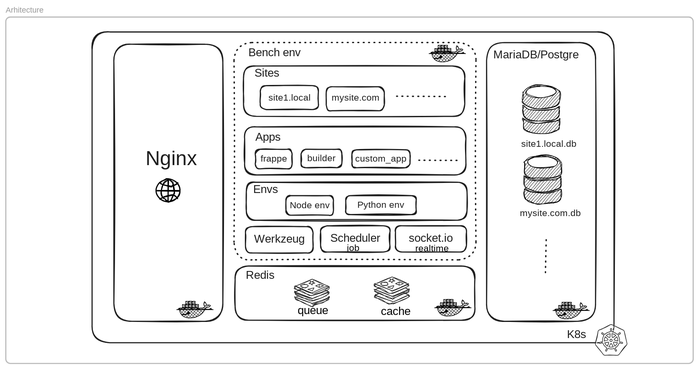
This is diagrams/architecture.excalidraw.svg from aristide/frappe-framework, a Excalidraw export, as it was before one commit. Source tidied: one line per element, renumbered; positions are measured from the earlier drawing's top-left corner, leaving out a move shared by most shapes.
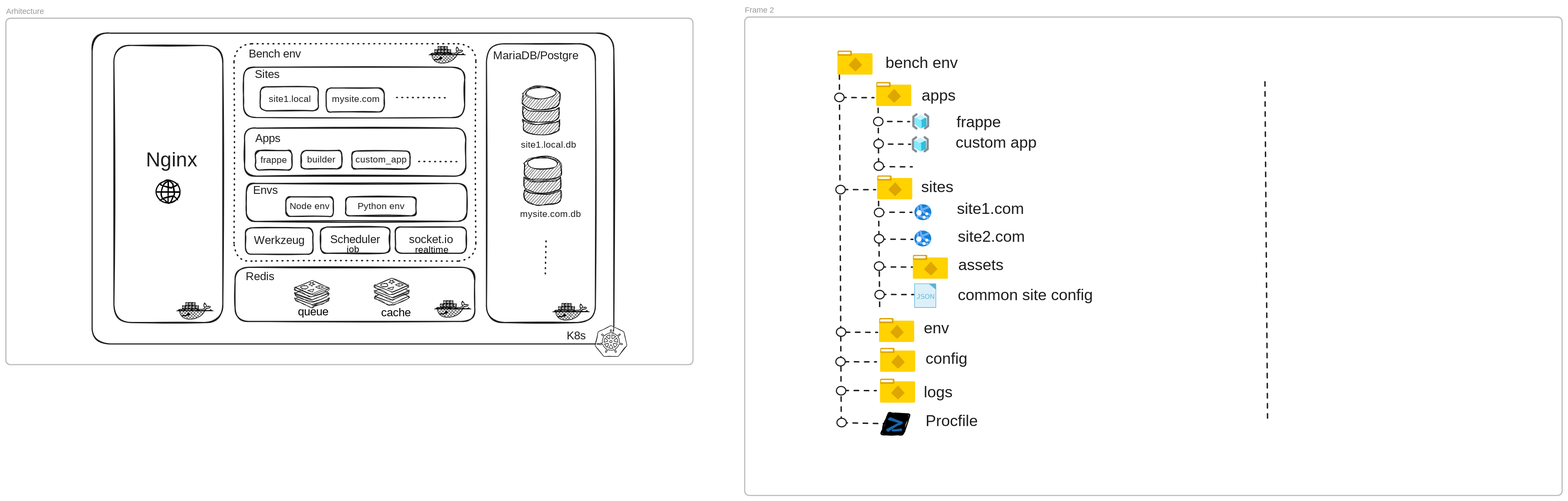
Above is the later version.

Commit message:
add bench dir architecture

Change to the diagram source:
```diff
@@ -135,3 +135,105 @@
 {"id": 134, "type": "line", "strokeColor": "#000000", "strokeWidth": 2, "roughness": 1, "round": true, "x": 269, "y": 311, "width": 41, "height": 0, "points": [[0, 0], [41, 0]]}
 {"id": 135, "type": "line", "strokeColor": "#000000", "strokeWidth": 2, "roughness": 1, "round": true, "x": 291, "y": 292, "width": 11, "height": 40, "points": [[0, 0], [1, 0], [3, 0], [7, 4], [8, 5], [11, 17], [11, 22], [8, 29], [5, 36], [2, 40], [1, 39], [1, 40]]}
 {"id": 136, "type": "line", "strokeColor": "#000000", "strokeWidth": 2, "roughness": 1, "round": true, "x": 290, "y": 293, "width": 12, "height": 37, "points": [[0, 0], [0, -1], [-6, 4], [-11, 11], [-12, 21], [-11, 28], [-9, 31], [-8, 31], [-5, 33], [-3, 36], [-2, 36]]}
+{"id": 137, "type": "text", "text": "bench env", "strokeColor": "#1e1e1e", "strokeWidth": 2, "roughness": 1, "fontSize": 28, "fontFamily": 1, "x": 1574, "y": 64, "width": 128, "height": 35}
+{"id": 138, "type": "text", "text": "apps", "strokeColor": "#1e1e1e", "strokeWidth": 2, "roughness": 1, "fontSize": 28, "fontFamily": 1, "x": 1639, "y": 123, "width": 61, "height": 35}
+{"id": 139, "type": "text", "text": "frappe", "strokeColor": "#1e1e1e", "strokeWidth": 2, "roughness": 1, "fontSize": 28, "fontFamily": 1, "x": 1702, "y": 170, "width": 87, "height": 35}
+{"id": 140, "type": "text", "text": "site1.com", "strokeColor": "#1e1e1e", "strokeWidth": 2, "roughness": 1, "fontSize": 28, "fontFamily": 1, "x": 1702, "y": 325, "width": 115, "height": 35}
+{"id": 141, "type": "text", "text": "site2.com", "strokeColor": "#1e1e1e", "strokeWidth": 2, "roughness": 1, "fontSize": 28, "fontFamily": 1, "x": 1704, "y": 375, "width": 127, "height": 35}
+{"id": 142, "type": "text", "text": "assets", "strokeColor": "#1e1e1e", "strokeWidth": 2, "roughness": 1, "fontSize": 28, "fontFamily": 1, "x": 1705, "y": 426, "width": 95, "height": 35}
+{"id": 143, "type": "text", "text": "common site config", "strokeColor": "#1e1e1e", "strokeWidth": 2, "roughness": 1, "fontSize": 28, "fontFamily": 1, "x": 1704, "y": 479, "width": 250, "height": 35}
+{"id": 144, "type": "text", "text": "custom app", "strokeColor": "#1e1e1e", "strokeWidth": 2, "roughness": 1, "fontSize": 28, "fontFamily": 1, "x": 1700, "y": 207, "width": 155, "height": 35}
+{"id": 145, "type": "text", "text": "sites", "strokeColor": "#1e1e1e", "strokeWidth": 2, "roughness": 1, "fontSize": 28, "fontFamily": 1, "x": 1639, "y": 286, "width": 68, "height": 35}
+{"id": 146, "type": "text", "text": "env", "strokeColor": "#1e1e1e", "strokeWidth": 2, "roughness": 1, "fontSize": 28, "fontFamily": 1, "x": 1644, "y": 539, "width": 43, "height": 35}
+{"id": 147, "type": "text", "text": "config", "strokeColor": "#1e1e1e", "strokeWidth": 2, "roughness": 1, "fontSize": 28, "fontFamily": 1, "x": 1647, "y": 593, "width": 76, "height": 35}
+{"id": 148, "type": "text", "text": "logs", "strokeColor": "#1e1e1e", "strokeWidth": 2, "roughness": 1, "fontSize": 28, "fontFamily": 1, "x": 1643, "y": 654, "width": 52, "height": 35}
+{"id": 149, "type": "text", "text": "Procfile", "strokeColor": "#1e1e1e", "strokeWidth": 2, "roughness": 1, "fontSize": 28, "fontFamily": 1, "x": 1646, "y": 705, "width": 103, "height": 35}
+{"id": 150, "type": "line", "strokeColor": "#1e1e1e", "strokeWidth": 2, "strokeStyle": "dashed", "roughness": 0, "round": true, "x": 1492, "y": 101, "width": 3, "height": 629, "points": [[0, 0], [3, 629]]}
+{"id": 151, "type": "line", "strokeColor": "#1e1e1e", "strokeWidth": 2, "strokeStyle": "dashed", "roughness": 0, "round": true, "x": 2254, "y": 114, "width": 5, "height": 609, "points": [[0, 0], [5, 609]]}
+{"id": 152, "type": "line", "strokeColor": "#1e1e1e", "strokeWidth": 2, "strokeStyle": "dashed", "roughness": 0, "round": true, "x": 1562, "y": 161, "width": 1, "height": 97, "points": [[0, 0], [1, 97]]}
+{"id": 153, "type": "line", "strokeColor": "#1e1e1e", "strokeWidth": 2, "strokeStyle": "dashed", "roughness": 0, "round": true, "x": 1497, "y": 142, "width": 57, "height": 0, "points": [[0, 0], [57, 0]]}
+{"id": 154, "type": "line", "strokeColor": "#1e1e1e", "strokeWidth": 2, "strokeStyle": "dashed", "roughness": 0, "round": true, "x": 1500, "y": 307, "width": 57, "height": 0, "points": [[0, 0], [57, 0]]}
+{"id": 155, "type": "line", "strokeColor": "#1e1e1e", "strokeWidth": 2, "strokeStyle": "dashed", "roughness": 0, "round": true, "x": 1501, "y": 615, "width": 57, "height": 0, "points": [[0, 0], [57, 0]]}
+{"id": 156, "type": "line", "strokeColor": "#1e1e1e", "strokeWidth": 2, "strokeStyle": "dashed", "roughness": 0, "round": true, "x": 1501, "y": 666, "width": 57, "height": 0, "points": [[0, 0], [57, 0]]}
+{"id": 157, "type": "line", "strokeColor": "#1e1e1e", "strokeWidth": 2, "strokeStyle": "dashed", "roughness": 0, "round": true, "x": 1499, "y": 724, "width": 75, "height": 2, "points": [[0, 0], [75, 2]]}
+{"id": 158, "type": "line", "strokeColor": "#1e1e1e", "strokeWidth": 2, "strokeStyle": "dashed", "roughness": 0, "round": true, "x": 1503, "y": 562, "width": 57, "height": 0, "points": [[0, 0], [57, 0]]}
+{"id": 159, "type": "line", "strokeColor": "#1e1e1e", "strokeWidth": 2, "strokeStyle": "dashed", "roughness": 0, "round": true, "x": 1560, "y": 185, "width": 57, "height": 0, "points": [[0, 0], [57, 0]]}
+{"id": 160, "type": "line", "strokeColor": "#1e1e1e", "strokeWidth": 2, "strokeStyle": "dashed", "roughness": 0, "round": true, "x": 1565, "y": 347, "width": 57, "height": 0, "points": [[0, 0], [57, 0]]}
+{"id": 161, "type": "line", "strokeColor": "#1e1e1e", "strokeWidth": 2, "strokeStyle": "dashed", "roughness": 0, "round": true, "x": 1566, "y": 395, "width": 57, "height": 0, "points": [[0, 0], [57, 0]]}
+{"id": 162, "type": "line", "strokeColor": "#1e1e1e", "strokeWidth": 2, "strokeStyle": "dashed", "roughness": 0, "round": true, "x": 1567, "y": 445, "width": 57, "height": 0, "points": [[0, 0], [57, 0]]}
+{"id": 163, "type": "line", "strokeColor": "#1e1e1e", "strokeWidth": 2, "strokeStyle": "dashed", "roughness": 0, "round": true, "x": 1568, "y": 494, "width": 57, "height": 0, "points": [[0, 0], [57, 0]]}
+{"id": 164, "type": "line", "strokeColor": "#1e1e1e", "strokeWidth": 2, "strokeStyle": "dashed", "roughness": 0, "round": true, "x": 1562, "y": 225, "width": 57, "height": 0, "points": [[0, 0], [57, 0]]}
+{"id": 165, "type": "line", "strokeColor": "#1e1e1e", "strokeWidth": 2, "strokeStyle": "dashed", "roughness": 0, "round": true, "x": 1565, "y": 266, "width": 57, "height": 0, "points": [[0, 0], [57, 0]]}
+{"id": 166, "type": "line", "strokeColor": "#1e1e1e", "strokeWidth": 2, "strokeStyle": "dashed", "roughness": 0, "round": true, "x": 1562, "y": 328, "width": 2, "height": 193, "points": [[0, 0], [2, 193]]}
+{"id": 167, "type": "ellipse", "strokeColor": "#1e1e1e", "backgroundColor": "#ffff", "fillStyle": "solid", "strokeWidth": 2, "roughness": 0, "round": true, "x": 1484, "y": 134, "width": 17, "height": 15}
+{"id": 168, "type": "ellipse", "strokeColor": "#1e1e1e", "backgroundColor": "#ffff", "fillStyle": "solid", "strokeWidth": 2, "roughness": 0, "round": true, "x": 1486, "y": 299, "width": 17, "height": 15}
+{"id": 169, "type": "ellipse", "strokeColor": "#1e1e1e", "backgroundColor": "#ffff", "fillStyle": "solid", "strokeWidth": 2, "roughness": 0, "round": true, "x": 1555, "y": 340, "width": 17, "height": 15}
+{"id": 170, "type": "ellipse", "strokeColor": "#1e1e1e", "backgroundColor": "#ffff", "fillStyle": "solid", "strokeWidth": 2, "roughness": 0, "round": true, "x": 1555, "y": 387, "width": 17, "height": 15}
+{"id": 171, "type": "ellipse", "strokeColor": "#1e1e1e", "backgroundColor": "#ffff", "fillStyle": "solid", "strokeWidth": 2, "roughness": 0, "round": true, "x": 1555, "y": 436, "width": 17, "height": 15}
+{"id": 172, "type": "ellipse", "strokeColor": "#1e1e1e", "backgroundColor": "#ffff", "fillStyle": "solid", "strokeWidth": 2, "roughness": 0, "round": true, "x": 1556, "y": 487, "width": 17, "height": 15}
+{"id": 173, "type": "ellipse", "strokeColor": "#1e1e1e", "backgroundColor": "#ffff", "fillStyle": "solid", "strokeWidth": 2, "roughness": 0, "round": true, "x": 1487, "y": 554, "width": 17, "height": 15}
+{"id": 174, "type": "ellipse", "strokeColor": "#1e1e1e", "backgroundColor": "#ffff", "fillStyle": "solid", "strokeWidth": 2, "roughness": 0, "round": true, "x": 1486, "y": 607, "width": 17, "height": 15}
+{"id": 175, "type": "ellipse", "strokeColor": "#1e1e1e", "backgroundColor": "#ffff", "fillStyle": "solid", "strokeWidth": 2, "roughness": 0, "round": true, "x": 1487, "y": 659, "width": 17, "height": 15}
+{"id": 176, "type": "ellipse", "strokeColor": "#1e1e1e", "backgroundColor": "#ffff", "fillStyle": "solid", "strokeWidth": 2, "roughness": 0, "round": true, "x": 1488, "y": 716, "width": 17, "height": 15}
+{"id": 177, "type": "ellipse", "strokeColor": "#1e1e1e", "backgroundColor": "#ffff", "fillStyle": "solid", "strokeWidth": 2, "roughness": 0, "round": true, "x": 1553, "y": 177, "width": 17, "height": 15}
+{"id": 178, "type": "ellipse", "strokeColor": "#1e1e1e", "backgroundColor": "#ffff", "fillStyle": "solid", "strokeWidth": 2, "roughness": 0, "round": true, "x": 1554, "y": 217, "width": 17, "height": 15}
+{"id": 179, "type": "ellipse", "strokeColor": "#1e1e1e", "backgroundColor": "#ffff", "fillStyle": "solid", "strokeWidth": 2, "roughness": 0, "round": true, "x": 1554, "y": 257, "width": 17, "height": 15}
+{"id": 180, "type": "frame", "strokeColor": "#bbb", "strokeWidth": 2, "roughness": 0, "x": 1323, "y": -2, "width": 1463, "height": 856}
+{"id": 181, "type": "rectangle", "strokeColor": "#ffd200", "backgroundColor": "#ffd200", "fillStyle": "solid", "strokeWidth": 4, "roughness": 0, "x": 1491, "y": 65, "width": 59, "height": 34}
+{"id": 182, "type": "rectangle", "strokeColor": "#dfa500", "backgroundColor": "#dfa500", "fillStyle": "solid", "strokeWidth": 4, "roughness": 0, "x": 1491, "y": 60, "width": 22, "height": 5}
+{"id": 183, "type": "diamond", "strokeColor": "#dfa500", "backgroundColor": "#dfa500", "fillStyle": "solid", "strokeWidth": 2, "roughness": 0, "x": 1510, "y": 72, "width": 22, "height": 22}
+{"id": 184, "type": "line", "strokeColor": "#ffff", "backgroundColor": "#ffff", "fillStyle": "solid", "strokeWidth": 4, "roughness": 0, "x": 1492, "y": 62, "width": 17, "height": 0, "points": [[0, 0], [17, 0]]}
+{"id": 185, "type": "rectangle", "strokeColor": "#ffd200", "backgroundColor": "#ffd200", "fillStyle": "solid", "strokeWidth": 4, "roughness": 0, "x": 1560, "y": 121, "width": 59, "height": 34}
+{"id": 186, "type": "rectangle", "strokeColor": "#dfa500", "backgroundColor": "#dfa500", "fillStyle": "solid", "strokeWidth": 4, "roughness": 0, "x": 1560, "y": 116, "width": 22, "height": 5}
+{"id": 187, "type": "diamond", "strokeColor": "#dfa500", "backgroundColor": "#dfa500", "fillStyle": "solid", "strokeWidth": 2, "roughness": 0, "x": 1579, "y": 128, "width": 22, "height": 22}
+{"id": 188, "type": "line", "strokeColor": "#ffff", "backgroundColor": "#ffff", "fillStyle": "solid", "strokeWidth": 4, "roughness": 0, "x": 1562, "y": 118, "width": 17, "height": 0, "points": [[0, 0], [17, 0]]}
+{"id": 189, "type": "rectangle", "strokeColor": "#ffd200", "backgroundColor": "#ffd200", "fillStyle": "solid", "strokeWidth": 4, "roughness": 0, "x": 1562, "y": 288, "width": 59, "height": 34}
+{"id": 190, "type": "rectangle", "strokeColor": "#dfa500", "backgroundColor": "#dfa500", "fillStyle": "solid", "strokeWidth": 4, "roughness": 0, "x": 1562, "y": 283, "width": 22, "height": 5}
+{"id": 191, "type": "diamond", "strokeColor": "#dfa500", "backgroundColor": "#dfa500", "fillStyle": "solid", "strokeWidth": 2, "roughness": 0, "x": 1581, "y": 295, "width": 22, "height": 22}
+{"id": 192, "type": "line", "strokeColor": "#ffff", "backgroundColor": "#ffff", "fillStyle": "solid", "strokeWidth": 4, "roughness": 0, "x": 1564, "y": 286, "width": 17, "height": 0, "points": [[0, 0], [17, 0]]}
+{"id": 193, "type": "rectangle", "strokeColor": "#ffd200", "backgroundColor": "#ffd200", "fillStyle": "solid", "strokeWidth": 4, "roughness": 0, "x": 1626, "y": 430, "width": 59, "height": 34}
+{"id": 194, "type": "rectangle", "strokeColor": "#dfa500", "backgroundColor": "#dfa500", "fillStyle": "solid", "strokeWidth": 4, "roughness": 0, "x": 1626, "y": 426, "width": 22, "height": 5}
+{"id": 195, "type": "diamond", "strokeColor": "#dfa500", "backgroundColor": "#dfa500", "fillStyle": "solid", "strokeWidth": 2, "roughness": 0, "x": 1645, "y": 437, "width": 22, "height": 22}
+{"id": 196, "type": "line", "strokeColor": "#ffff", "backgroundColor": "#ffff", "fillStyle": "solid", "strokeWidth": 4, "roughness": 0, "x": 1627, "y": 428, "width": 17, "height": 0, "points": [[0, 0], [17, 0]]}
+{"id": 197, "type": "rectangle", "strokeColor": "#ffd200", "backgroundColor": "#ffd200", "fillStyle": "solid", "strokeWidth": 4, "roughness": 0, "x": 1565, "y": 543, "width": 59, "height": 34}
+{"id": 198, "type": "rectangle", "strokeColor": "#dfa500", "backgroundColor": "#dfa500", "fillStyle": "solid", "strokeWidth": 4, "roughness": 0, "x": 1566, "y": 539, "width": 22, "height": 5}
+{"id": 199, "type": "diamond", "strokeColor": "#dfa500", "backgroundColor": "#dfa500", "fillStyle": "solid", "strokeWidth": 2, "roughness": 0, "x": 1585, "y": 550, "width": 22, "height": 22}
+{"id": 200, "type": "line", "strokeColor": "#ffff", "backgroundColor": "#ffff", "fillStyle": "solid", "strokeWidth": 4, "roughness": 0, "x": 1567, "y": 541, "width": 17, "height": 0, "points": [[0, 0], [17, 0]]}
+{"id": 201, "type": "rectangle", "strokeColor": "#ffd200", "backgroundColor": "#ffd200", "fillStyle": "solid", "strokeWidth": 4, "roughness": 0, "x": 1567, "y": 597, "width": 59, "height": 34}
+{"id": 202, "type": "rectangle", "strokeColor": "#dfa500", "backgroundColor": "#dfa500", "fillStyle": "solid", "strokeWidth": 4, "roughness": 0, "x": 1567, "y": 592, "width": 22, "height": 5}
+{"id": 203, "type": "diamond", "strokeColor": "#dfa500", "backgroundColor": "#dfa500", "fillStyle": "solid", "strokeWidth": 2, "roughness": 0, "x": 1586, "y": 604, "width": 22, "height": 22}
+{"id": 204, "type": "line", "strokeColor": "#ffff", "backgroundColor": "#ffff", "fillStyle": "solid", "strokeWidth": 4, "roughness": 0, "x": 1569, "y": 594, "width": 17, "height": 0, "points": [[0, 0], [17, 0]]}
+{"id": 205, "type": "rectangle", "strokeColor": "#ffd200", "backgroundColor": "#ffd200", "fillStyle": "solid", "strokeWidth": 4, "roughness": 0, "x": 1567, "y": 652, "width": 59, "height": 34}
+{"id": 206, "type": "rectangle", "strokeColor": "#dfa500", "backgroundColor": "#dfa500", "fillStyle": "solid", "strokeWidth": 4, "roughness": 0, "x": 1567, "y": 647, "width": 22, "height": 5}
+{"id": 207, "type": "diamond", "strokeColor": "#dfa500", "backgroundColor": "#dfa500", "fillStyle": "solid", "strokeWidth": 2, "roughness": 0, "x": 1586, "y": 659, "width": 22, "height": 22}
+{"id": 208, "type": "line", "strokeColor": "#ffff", "backgroundColor": "#ffff", "fillStyle": "solid", "strokeWidth": 4, "roughness": 0, "x": 1569, "y": 649, "width": 17, "height": 0, "points": [[0, 0], [17, 0]]}
+{"id": 209, "type": "diamond", "strokeColor": "#c3f1ff", "backgroundColor": "#c3f1ff", "fillStyle": "solid", "strokeWidth": 4, "roughness": 0, "x": 1629, "y": 175, "width": 16, "height": 10}
+{"id": 210, "type": "line", "strokeColor": "#32bedd", "backgroundColor": "#32bedd", "fillStyle": "solid", "strokeWidth": 4, "roughness": 0, "x": 1646, "y": 180, "width": 8, "height": 15, "points": [[0, 0], [0, 11], [-7, 15], [-8, 5], [0, 0]]}
+{"id": 211, "type": "line", "strokeColor": "#7febff", "angle": 2.09, "backgroundColor": "#7febff", "fillStyle": "solid", "strokeWidth": 4, "roughness": 0, "x": 1637, "y": 180, "width": 8, "height": 15, "points": [[0, 0], [-1, 10], [-8, 15], [-8, 5], [0, 0]]}
+{"id": 212, "type": "line", "strokeColor": "#868e96", "backgroundColor": "#868e96", "fillStyle": "solid", "strokeWidth": 4, "roughness": 0, "x": 1630, "y": 172, "width": 6, "height": 25, "points": [[0, 0], [-6, 4], [-6, 21], [0, 25]]}
+{"id": 213, "type": "line", "strokeColor": "#868e96", "angle": 3.14, "backgroundColor": "#868e96", "fillStyle": "solid", "strokeWidth": 4, "roughness": 0, "x": 1651, "y": 172, "width": 6, "height": 25, "points": [[0, 0], [-6, 4], [-6, 21], [0, 25]]}
+{"id": 214, "type": "diamond", "strokeColor": "#c3f1ff", "backgroundColor": "#c3f1ff", "fillStyle": "solid", "strokeWidth": 4, "roughness": 0, "x": 1629, "y": 216, "width": 16, "height": 10}
+{"id": 215, "type": "line", "strokeColor": "#32bedd", "backgroundColor": "#32bedd", "fillStyle": "solid", "strokeWidth": 4, "roughness": 0, "x": 1645, "y": 221, "width": 8, "height": 15, "points": [[0, 0], [0, 11], [-7, 15], [-8, 5], [0, 0]]}
+{"id": 216, "type": "line", "strokeColor": "#7febff", "angle": 2.09, "backgroundColor": "#7febff", "fillStyle": "solid", "strokeWidth": 4, "roughness": 0, "x": 1637, "y": 221, "width": 8, "height": 15, "points": [[0, 0], [-1, 10], [-8, 15], [-8, 5], [0, 0]]}
+{"id": 217, "type": "line", "strokeColor": "#868e96", "backgroundColor": "#868e96", "fillStyle": "solid", "strokeWidth": 4, "roughness": 0, "x": 1630, "y": 213, "width": 6, "height": 25, "points": [[0, 0], [-6, 4], [-6, 21], [0, 25]]}
+{"id": 218, "type": "line", "strokeColor": "#868e96", "angle": 3.14, "backgroundColor": "#868e96", "fillStyle": "solid", "strokeWidth": 4, "roughness": 0, "x": 1650, "y": 213, "width": 6, "height": 25, "points": [[0, 0], [-6, 4], [-6, 21], [0, 25]]}
+{"id": 219, "type": "ellipse", "strokeColor": "#1280d9", "backgroundColor": "#1280d9", "fillStyle": "solid", "strokeWidth": 1, "roughness": 0, "x": 1627, "y": 334, "width": 29, "height": 27}
+{"id": 220, "type": "line", "strokeColor": "#6cadf3", "backgroundColor": "#6cadf3", "fillStyle": "solid", "strokeWidth": 4, "roughness": 0, "round": true, "x": 1652, "y": 338, "width": 20, "height": 18, "points": [[0, 0], [-13, 6], [-20, 18]]}
+{"id": 221, "type": "line", "strokeColor": "#6cadf3", "backgroundColor": "#6cadf3", "fillStyle": "solid", "strokeWidth": 4, "roughness": 0, "round": true, "x": 1638, "y": 335, "width": 17, "height": 17, "points": [[0, 0], [4, 11], [17, 17]]}
+{"id": 222, "type": "ellipse", "strokeColor": "#ffff", "backgroundColor": "#ffff", "fillStyle": "solid", "strokeWidth": 1, "roughness": 0, "x": 1647, "y": 348, "width": 4, "height": 4}
+{"id": 223, "type": "line", "strokeColor": "#6cadf3", "angle": 6.1, "backgroundColor": "#6cadf3", "fillStyle": "solid", "strokeWidth": 4, "roughness": 0, "round": true, "x": 1634, "y": 336, "width": 15, "height": 22, "points": [[0, 0], [0, 16], [15, 22]]}
+{"id": 224, "type": "ellipse", "strokeColor": "#ffff", "backgroundColor": "#ffff", "fillStyle": "solid", "strokeWidth": 1, "roughness": 0, "x": 1630, "y": 344, "width": 9, "height": 9}
+{"id": 225, "type": "ellipse", "strokeColor": "#ffff", "backgroundColor": "#ffff", "fillStyle": "solid", "strokeWidth": 1, "roughness": 0, "x": 1642, "y": 354, "width": 4, "height": 4}
+{"id": 226, "type": "ellipse", "strokeColor": "#1280d9", "backgroundColor": "#1280d9", "fillStyle": "solid", "strokeWidth": 1, "roughness": 0, "x": 1627, "y": 381, "width": 29, "height": 27}
+{"id": 227, "type": "line", "strokeColor": "#6cadf3", "backgroundColor": "#6cadf3", "fillStyle": "solid", "strokeWidth": 4, "roughness": 0, "round": true, "x": 1652, "y": 385, "width": 20, "height": 18, "points": [[0, 0], [-13, 6], [-20, 18]]}
+{"id": 228, "type": "line", "strokeColor": "#6cadf3", "backgroundColor": "#6cadf3", "fillStyle": "solid", "strokeWidth": 4, "roughness": 0, "round": true, "x": 1637, "y": 382, "width": 17, "height": 17, "points": [[0, 0], [4, 11], [17, 17]]}
+{"id": 229, "type": "ellipse", "strokeColor": "#ffff", "backgroundColor": "#ffff", "fillStyle": "solid", "strokeWidth": 1, "roughness": 0, "x": 1646, "y": 395, "width": 4, "height": 4}
+{"id": 230, "type": "line", "strokeColor": "#6cadf3", "angle": 6.1, "backgroundColor": "#6cadf3", "fillStyle": "solid", "strokeWidth": 4, "roughness": 0, "round": true, "x": 1634, "y": 383, "width": 15, "height": 22, "points": [[0, 0], [0, 16], [15, 22]]}
+{"id": 231, "type": "ellipse", "strokeColor": "#ffff", "backgroundColor": "#ffff", "fillStyle": "solid", "strokeWidth": 1, "roughness": 0, "x": 1630, "y": 391, "width": 9, "height": 9}
+{"id": 232, "type": "ellipse", "strokeColor": "#ffff", "backgroundColor": "#ffff", "fillStyle": "solid", "strokeWidth": 1, "roughness": 0, "x": 1642, "y": 401, "width": 4, "height": 4}
+{"id": 233, "type": "rectangle", "strokeColor": "#59b4d9", "backgroundColor": "#def0f7", "fillStyle": "solid", "strokeWidth": 1, "roughness": 0, "x": 1627, "y": 475, "width": 38, "height": 42}
+{"id": 234, "type": "line", "strokeColor": "#59b4d9", "backgroundColor": "#59b4d9", "fillStyle": "solid", "strokeWidth": 1, "roughness": 0, "x": 1653, "y": 475, "width": 12, "height": 10, "points": [[0, 0], [12, 10], [12, 0], [1, 0]]}
+{"id": 235, "type": "text", "text": "JSON", "strokeColor": "#59b4d9", "backgroundColor": "#59b4d9", "fillStyle": "solid", "strokeWidth": 1, "roughness": 0, "fontSize": 11.31, "fontFamily": 1, "x": 1631, "y": 492, "width": 30, "height": 14}
+{"id": 236, "type": "diamond", "strokeColor": "#000000", "angle": 5.66, "backgroundColor": "#000", "fillStyle": "solid", "strokeWidth": 2, "roughness": 1, "round": true, "x": 1560, "y": 703, "width": 65, "height": 47}
+{"id": 237, "type": "line", "strokeColor": "#1864ab", "backgroundColor": "#012456", "fillStyle": "solid", "strokeWidth": 4, "roughness": 2, "x": 1583, "y": 716, "width": 24, "height": 21, "points": [[0, 0], [20, 8], [-5, 21]]}
+{"id": 238, "type": "line", "strokeColor": "#1864ab", "backgroundColor": "#012456", "fillStyle": "solid", "strokeWidth": 4, "roughness": 2, "x": 1588, "y": 738, "width": 14, "height": 1, "points": [[0, 0], [14, -1]]}
```
